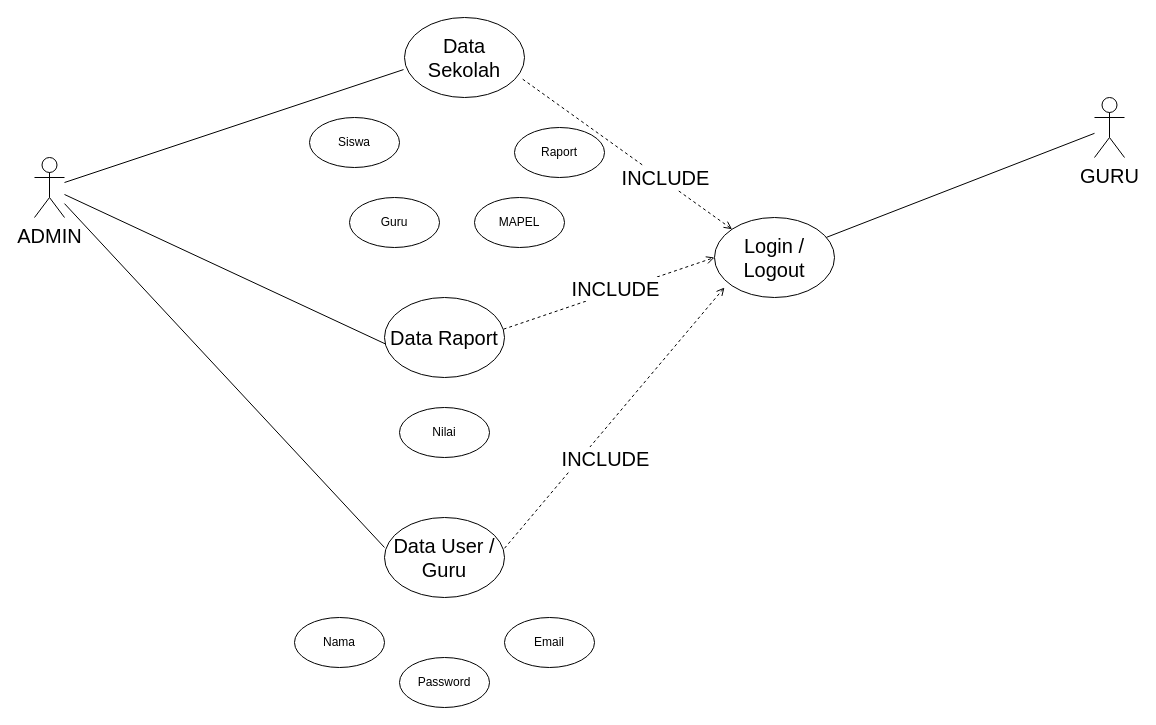
Above: page "RPL USE CASE" (3 of 3) of Diagram Erd.drawio in dickisepto/Latihan-GIT (draw.io), before the change. Source tidied: cells renumbered, new cells numbered last; positions are measured from the earlier drawing's top-left corner, leaving out a move shared by most shapes. Both pictures are drawn from the tidied source at 100%, with x=0, y=0 at pixel (34, 17).
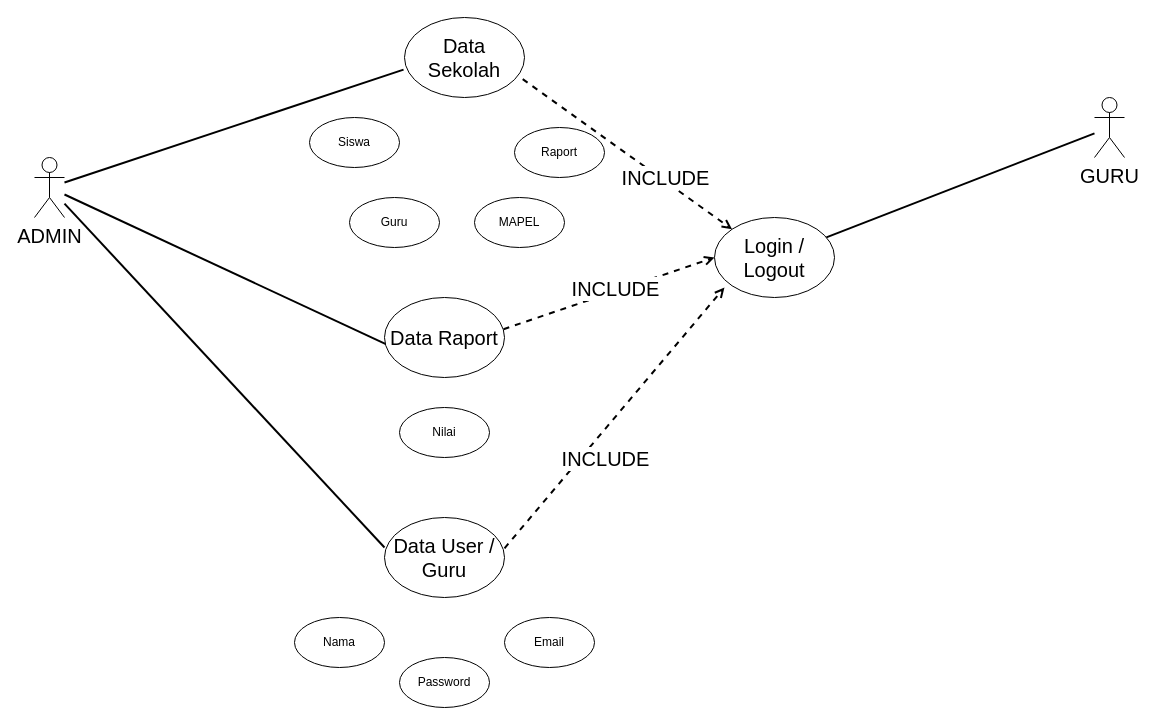
The same diagram, later.

Unchanged cells that the change refers to:
```xml
<mxCell id="2" value="&lt;div style=&quot;font-size: 20px;&quot;&gt;ADMIN&lt;/div&gt;" style="shape=umlActor;verticalLabelPosition=bottom;verticalAlign=top;html=1;outlineConnect=0;fontSize=20;" parent="1" vertex="1">
  <mxGeometry y="140" width="30" height="60" as="geometry" />
</mxCell>
<mxCell id="3" value="GURU" style="shape=umlActor;verticalLabelPosition=bottom;verticalAlign=top;html=1;outlineConnect=0;fontSize=20;" parent="1" vertex="1">
  <mxGeometry x="1060" y="80" width="30" height="60" as="geometry" />
</mxCell>
<mxCell id="4" value="Data Sekolah" style="ellipse;whiteSpace=wrap;html=1;fontSize=20;" parent="1" vertex="1">
  <mxGeometry x="370" width="120" height="80" as="geometry" />
</mxCell>
<mxCell id="5" value="Data Raport" style="ellipse;whiteSpace=wrap;html=1;fontSize=20;" parent="1" vertex="1">
  <mxGeometry x="350" y="280" width="120" height="80" as="geometry" />
</mxCell>
<mxCell id="6" value="Login / Logout" style="ellipse;whiteSpace=wrap;html=1;fontSize=20;" parent="1" vertex="1">
  <mxGeometry x="680" y="200" width="120" height="80" as="geometry" />
</mxCell>
<mxCell id="7" value="Data User / Guru" style="ellipse;whiteSpace=wrap;html=1;fontSize=20;" parent="1" vertex="1">
  <mxGeometry x="350" y="500" width="120" height="80" as="geometry" />
</mxCell>
```

Change to the diagram source:
```diff
@@
-    <mxCell id="8" style="endArrow=none;html=1;rounded=0;entryX=-0.008;entryY=0.651;entryDx=0;entryDy=0;entryPerimeter=0;fontSize=20;" parent="1" edge="1" source="2" target="4">
+    <mxCell id="8" style="endArrow=none;html=1;rounded=0;entryX=-0.008;entryY=0.651;entryDx=0;entryDy=0;entryPerimeter=0;fontSize=20;strokeWidth=2;" parent="1" edge="1" source="2" target="4">
       <mxGeometry relative="1" as="geometry" />
     </mxCell>
-    <mxCell id="9" style="endArrow=none;html=1;rounded=0;entryX=0.007;entryY=0.58;entryDx=0;entryDy=0;entryPerimeter=0;fontSize=20;" parent="1" edge="1" source="2" target="5">
+    <mxCell id="9" style="endArrow=none;html=1;rounded=0;entryX=0.007;entryY=0.58;entryDx=0;entryDy=0;entryPerimeter=0;fontSize=20;strokeWidth=2;" parent="1" edge="1" source="2" target="5">
       <mxGeometry relative="1" as="geometry" />
     </mxCell>
-    <mxCell id="10" style="endArrow=none;html=1;rounded=0;entryX=0;entryY=0.375;entryDx=0;entryDy=0;entryPerimeter=0;fontSize=20;" parent="1" edge="1" source="2" target="7">
+    <mxCell id="10" style="endArrow=none;html=1;rounded=0;entryX=0;entryY=0.375;entryDx=0;entryDy=0;entryPerimeter=0;fontSize=20;strokeWidth=2;" parent="1" edge="1" source="2" target="7">
       <mxGeometry relative="1" as="geometry" />
     </mxCell>
-    <mxCell id="11" style="endArrow=open;html=1;rounded=0;entryX=0;entryY=0;entryDx=0;entryDy=0;exitX=0.985;exitY=0.771;exitDx=0;exitDy=0;exitPerimeter=0;dashed=1;endFill=0;fontSize=20;" parent="1" edge="1" source="4" target="6">
+    <mxCell id="11" style="endArrow=open;html=1;rounded=0;entryX=0;entryY=0;entryDx=0;entryDy=0;exitX=0.985;exitY=0.771;exitDx=0;exitDy=0;exitPerimeter=0;dashed=1;endFill=0;fontSize=20;strokeWidth=2;" parent="1" edge="1" source="4" target="6">
       <mxGeometry relative="1" as="geometry" />
     </mxCell>
@@
-    <mxCell id="13" style="endArrow=open;html=1;rounded=0;entryX=0;entryY=0.5;entryDx=0;entryDy=0;exitX=0.992;exitY=0.396;exitDx=0;exitDy=0;exitPerimeter=0;dashed=1;endFill=0;fontSize=20;" parent="1" edge="1" source="5" target="6">
+    <mxCell id="13" style="endArrow=open;html=1;rounded=0;entryX=0;entryY=0.5;entryDx=0;entryDy=0;exitX=0.992;exitY=0.396;exitDx=0;exitDy=0;exitPerimeter=0;dashed=1;endFill=0;fontSize=20;strokeWidth=2;" parent="1" edge="1" source="5" target="6">
       <mxGeometry relative="1" as="geometry" />
     </mxCell>
-    <mxCell id="14" style="endArrow=open;html=1;rounded=0;entryX=0.083;entryY=0.875;entryDx=0;entryDy=0;exitX=1;exitY=0.385;exitDx=0;exitDy=0;exitPerimeter=0;entryPerimeter=0;dashed=1;endFill=0;fontSize=20;" parent="1" edge="1" source="7" target="6">
+    <mxCell id="14" style="endArrow=open;html=1;rounded=0;entryX=0.083;entryY=0.875;entryDx=0;entryDy=0;exitX=1;exitY=0.385;exitDx=0;exitDy=0;exitPerimeter=0;entryPerimeter=0;dashed=1;endFill=0;fontSize=20;strokeWidth=2;" parent="1" edge="1" source="7" target="6">
       <mxGeometry relative="1" as="geometry" />
     </mxCell>
@@
-    <mxCell id="25" style="endArrow=none;html=1;rounded=0;" parent="1" edge="1" source="6" target="3">
+    <mxCell id="25" style="endArrow=none;html=1;rounded=0;strokeWidth=2;" parent="1" edge="1" source="6" target="3">
       <mxGeometry relative="1" as="geometry" />
     </mxCell>
```
